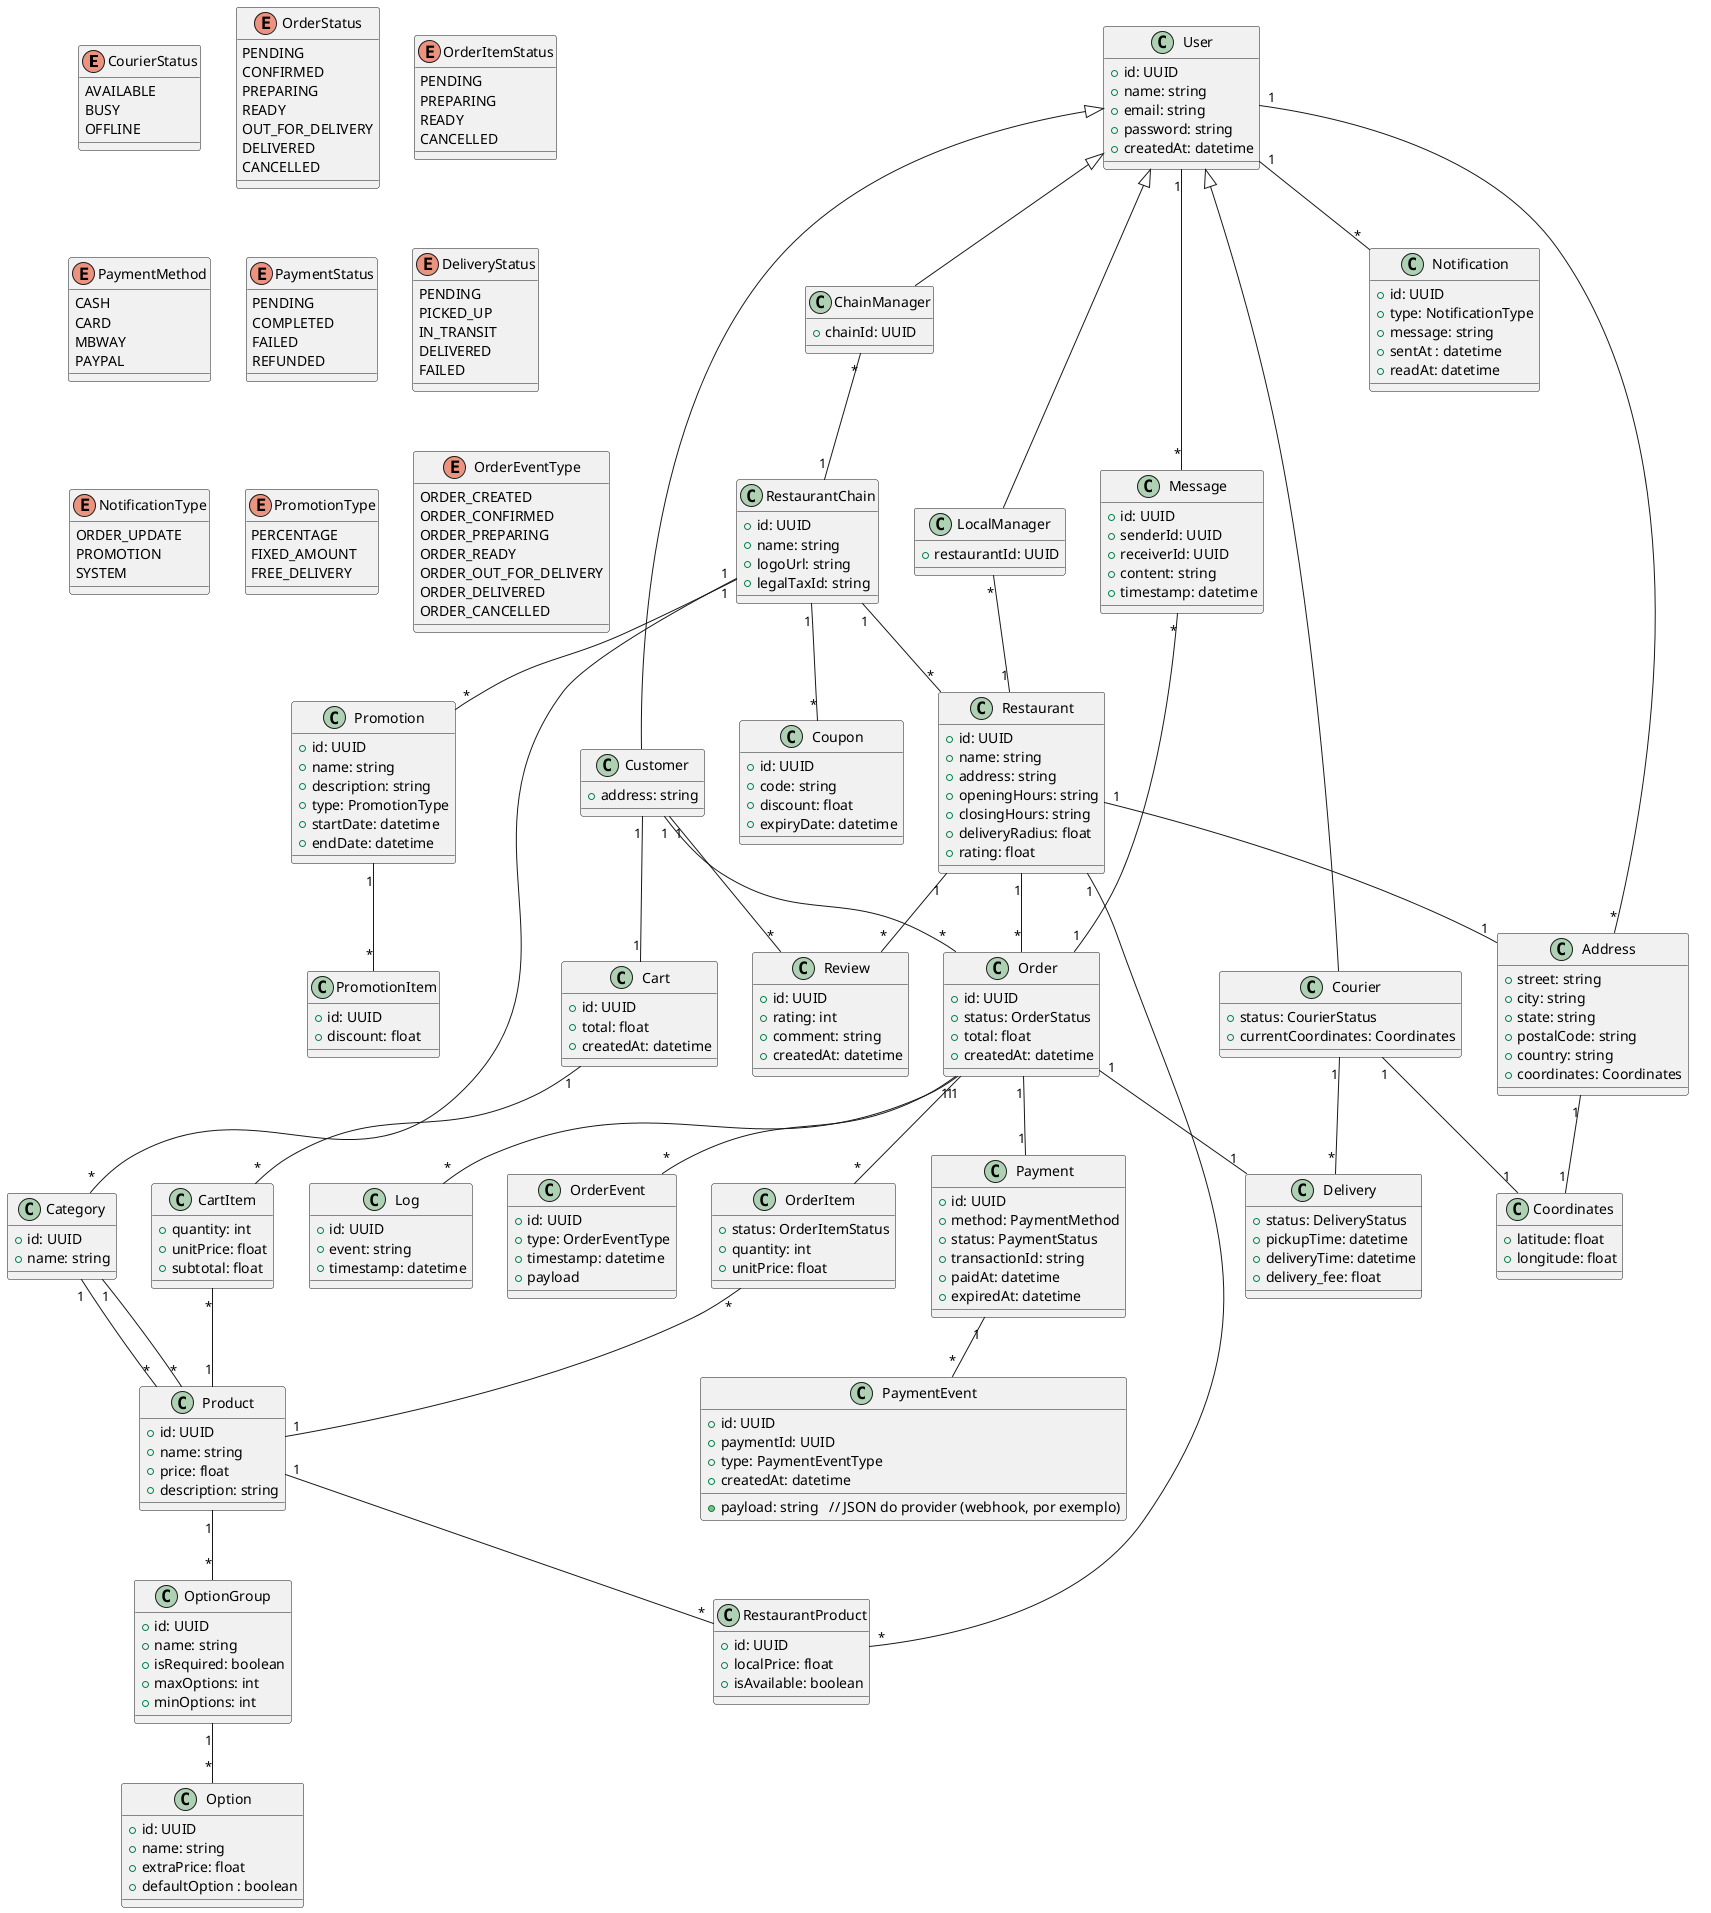
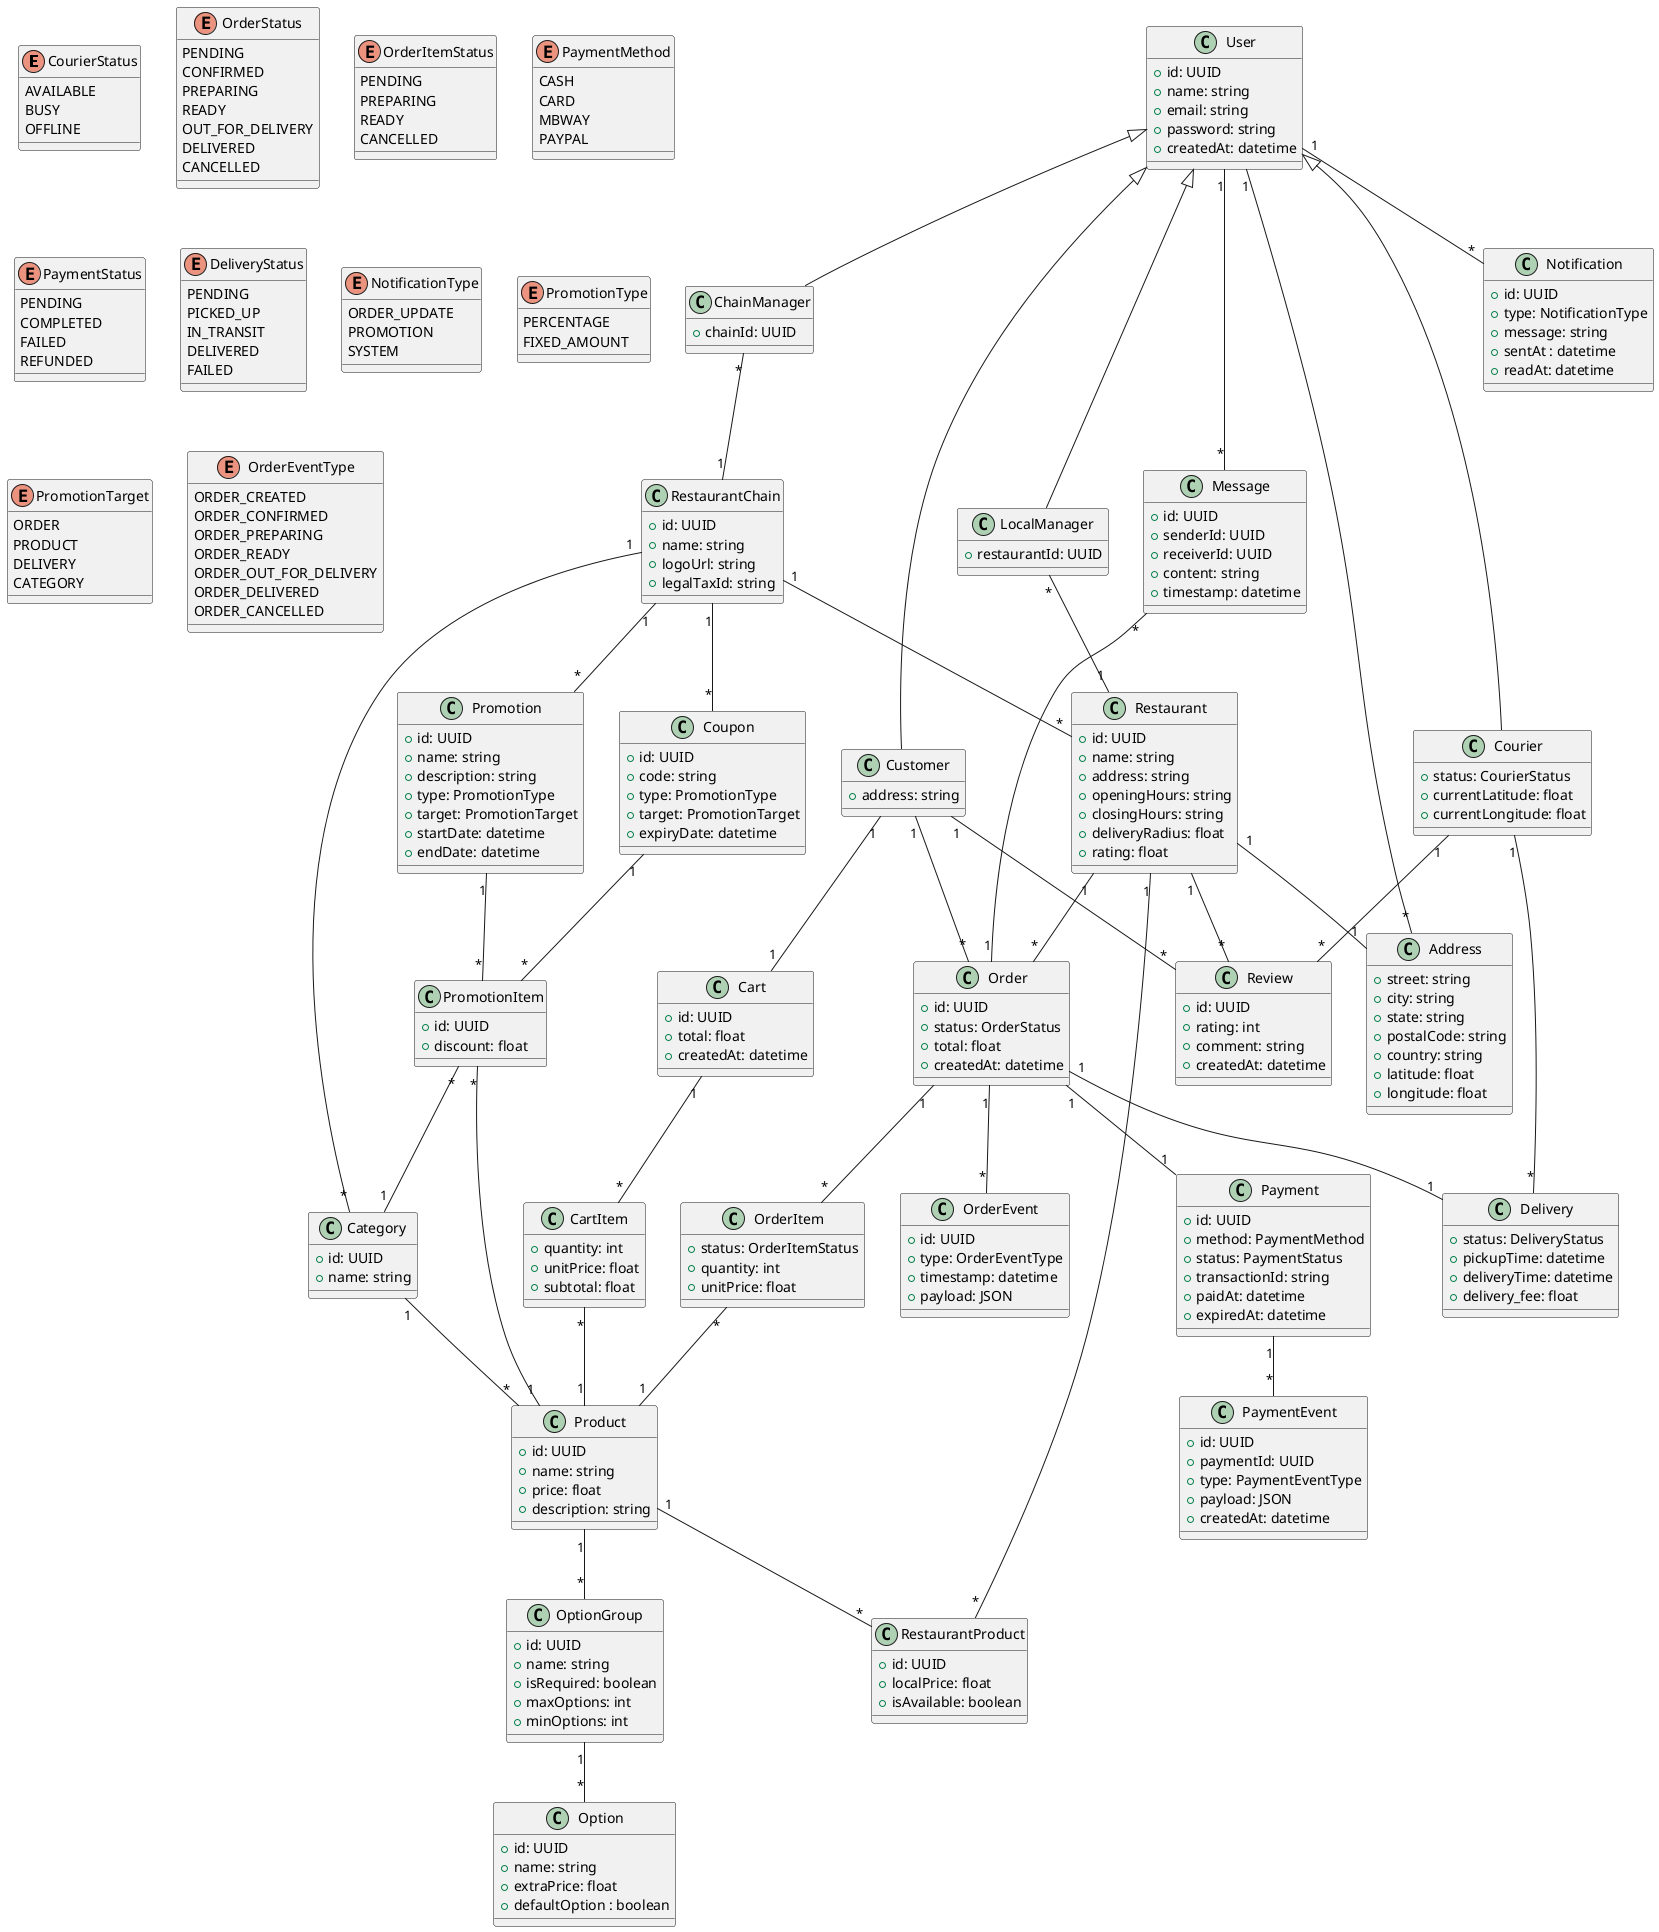
@startuml

' =======================
' ENUMS
' =======================

enum CourierStatus {
    AVAILABLE
    BUSY
    OFFLINE
}

enum OrderStatus {
    PENDING
    CONFIRMED
    PREPARING
    READY
    OUT_FOR_DELIVERY
    DELIVERED
    CANCELLED
}

enum OrderItemStatus {
    PENDING
    PREPARING
    READY
    CANCELLED
}

enum PaymentMethod {
    CASH
    CARD
    MBWAY
    PAYPAL
}

enum PaymentStatus {
    PENDING
    COMPLETED
    FAILED
    REFUNDED
}

enum DeliveryStatus {
    PENDING
    PICKED_UP
    IN_TRANSIT
    DELIVERED
    FAILED
}

enum NotificationType {
    ORDER_UPDATE
    PROMOTION
    SYSTEM
}

enum PromotionType {
    PERCENTAGE
    FIXED_AMOUNT
-     FREE_DELIVERY
+ }
+ 
+ enum PromotionTarget {
+     ORDER
+     PRODUCT
+     DELIVERY
+     CATEGORY
}

enum OrderEventType {
    ORDER_CREATED
    ORDER_CONFIRMED
    ORDER_PREPARING
    ORDER_READY
    ORDER_OUT_FOR_DELIVERY
    ORDER_DELIVERED
    ORDER_CANCELLED
}

' =======================
' USERS
' =======================

class User {
    +id: UUID
    +name: string
    +email: string
    +password: string
    +createdAt: datetime
}

class Customer {
    +address: string
}

class RestaurantChain {
    +id: UUID
    +name: string
    +logoUrl: string
    +legalTaxId: string
}

class Restaurant {
    +id: UUID
    +name: string
    +address: string
    +openingHours: string
    +closingHours: string
    +deliveryRadius: float
    +rating: float
}

class ChainManager {
    +chainId: UUID
}

class LocalManager {
    +restaurantId: UUID
}
class Courier {
    +status: CourierStatus
-     +currentCoordinates: Coordinates
+     +currentLatitude: float
+     +currentLongitude: float
}

User <|-- Customer
User <|-- Courier
User <|-- ChainManager
User <|-- LocalManager
ChainManager "*" -- "1" RestaurantChain
LocalManager "*" -- "1" Restaurant

User "1"-- "*" Address
' =======================
' MENU
' =======================

class Category {
    +id: UUID
    +name: string
}

class Product {
    +id: UUID
    +name: string
    +price: float
    +description: string
}

class OptionGroup {
    +id: UUID
    +name: string
    +isRequired: boolean
    +maxOptions: int
    +minOptions: int
}

class Option {
    +id: UUID
    +name: string
    +extraPrice: float
    +defaultOption : boolean
}

Product "1" -- "*" OptionGroup
OptionGroup "1" -- "*" Option

Restaurant "1"-- "1" Address
Category "1" -- "*" Product

class RestaurantProduct {
    +id: UUID
    +localPrice: float
    +isAvailable: boolean
}

' Relacionamentos da Cadeia
RestaurantChain "1" -- "*" Restaurant
RestaurantChain "1" -- "*" Category
RestaurantChain "1" -- "*" Promotion
RestaurantChain "1" -- "*" Coupon
- Category "1" -- "*" Product

' Lógica de Preços Locais (Ponte)
Restaurant "1" -- "*" RestaurantProduct
Product "1" -- "*" RestaurantProduct

' =======================
' CART
' =======================

class Cart {
    +id: UUID
    +total: float
    +createdAt: datetime
}

class CartItem {
    +quantity: int
    +unitPrice: float
    +subtotal: float
}

Customer "1" -- "1" Cart
Cart "1" -- "*" CartItem
CartItem "*" -- "1" Product

' =======================
' ORDER
' =======================

class Order {
    +id: UUID
    +status: OrderStatus
    +total: float
    +createdAt: datetime
}

class OrderItem {
    +status: OrderItemStatus
    +quantity: int
    +unitPrice: float
}

class OrderEvent {
    +id: UUID
    +type: OrderEventType
    +timestamp: datetime
-     +payload
+     +payload: JSON
}

Customer "1" -- "*" Order
Restaurant "1" -- "*" Order
Order "1" -- "*" OrderItem
Order "1" -- "*" OrderEvent
OrderItem "*" -- "1" Product

' =======================
' PAYMENT
' =======================

class Payment {
    +id: UUID
    +method: PaymentMethod
    +status: PaymentStatus
    +transactionId: string
    +paidAt: datetime
    +expiredAt: datetime
}

class PaymentEvent {
    +id: UUID
    +paymentId: UUID
    +type: PaymentEventType
-     +payload: string   // JSON do provider (webhook, por exemplo)
+     +payload: JSON
    +createdAt: datetime
}

Order "1" -- "1" Payment
Payment "1" -- "*" PaymentEvent
' =======================
' DELIVERY
' =======================

class Delivery {
    +status: DeliveryStatus
    +pickupTime: datetime
    +deliveryTime: datetime
    +delivery_fee: float
}

Courier "1" -- "*" Delivery
Order "1" -- "1" Delivery

' =======================
- ' LOGS
- ' =======================
- 
- class Log {
-     +id: UUID
-     +event: string
-     +timestamp: datetime
- }
- 
- Order "1" -- "*" Log
- 
- ' =======================
' NOTIFICATIONS & CHAT
' =======================

class Notification {
    +id: UUID
    +type: NotificationType
    +message: string
    +sentAt : datetime
    +readAt: datetime
}

User "1" -- "*" Notification

class Message {
    +id: UUID
    +senderId: UUID
    +receiverId: UUID
    +content: string
    +timestamp: datetime
}

User "1" -- "*" Message
Message "*" -- "1" Order

' =======================
' PROMOTIONS
' =======================

class Coupon {
    +id: UUID
    +code: string
-     +discount: float
+     +type: PromotionType
+     +target: PromotionTarget
    +expiryDate: datetime
}

class Promotion {
    +id: UUID
    +name: string
    +description: string
    +type: PromotionType
+     +target: PromotionTarget
    +startDate: datetime
    +endDate: datetime
}

class PromotionItem {
    +id: UUID
    +discount: float
}

Promotion "1" -- "*" PromotionItem
+ Coupon "1" -- "*" PromotionItem
+ PromotionItem "*" -- "1" Product
+ PromotionItem "*" -- "1" Category


' =======================
' Reviews
' =======================

class Review {
    +id: UUID
    +rating: int
    +comment: string
    +createdAt: datetime
}

Customer "1" -- "*" Review
Restaurant "1" -- "*" Review
+ Courier "1" -- "*" Review

' =======================
' Address
' =======================
- 
- class Coordinates {
-     +latitude: float
-     +longitude: float
- }

class Address {
    +street: string
    +city: string
    +state: string
    +postalCode: string
    +country: string
-     +coordinates: Coordinates
- }
- 
- Address "1" -- "1" Coordinates
- Courier "1" -- "1" Coordinates
+     +latitude: float
+     +longitude: float
+ }

@enduml